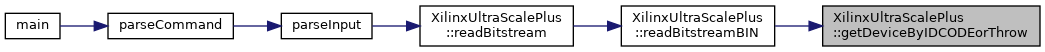
Above: classXilinxUltraScalePlus_a260e46db70345e03ee37836fb84b7e9f_icgraph.png in FPGA-Research-Manchester/byteman (Graphviz), before the change. Its source is kept beside it as classXilinxUltraScalePlus_a260e46db70345e03ee37836fb84b7e9f_icgraph.dot.
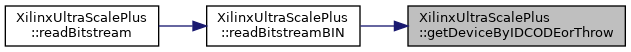
Above is the later version.

What changed in the source:
```diff
@@ -8,10 +8,4 @@
   Node2 [label="XilinxUltraScalePlus\l::readBitstreamBIN",height=0.2,width=0.4,color="black", fillcolor="white", style="filled",URL="$classXilinxUltraScalePlus.html#ae197b2b5b423cd1be99409c70f51bc37",tooltip=" "];
   Node2 -> Node3 [dir="back",color="midnightblue",fontsize="10",style="solid",fontname="Helvetica"];
   Node3 [label="XilinxUltraScalePlus\l::readBitstream",height=0.2,width=0.4,color="black", fillcolor="white", style="filled",URL="$classXilinxUltraScalePlus.html#a0e5d08a2e5c37a29a1a04d50b48739d2",tooltip=" "];
-  Node3 -> Node4 [dir="back",color="midnightblue",fontsize="10",style="solid",fontname="Helvetica"];
-  Node4 [label="parseInput",height=0.2,width=0.4,color="black", fillcolor="white", style="filled",URL="$byteman_8cpp.html#a4dbd88e4909b2f0429f9d0b2fc2608bb",tooltip=" "];
-  Node4 -> Node5 [dir="back",color="midnightblue",fontsize="10",style="solid",fontname="Helvetica"];
-  Node5 [label="parseCommand",height=0.2,width=0.4,color="black", fillcolor="white", style="filled",URL="$byteman_8cpp.html#a913ad3944130fafece24fe460db9b6aa",tooltip=" "];
-  Node5 -> Node6 [dir="back",color="midnightblue",fontsize="10",style="solid",fontname="Helvetica"];
-  Node6 [label="main",height=0.2,width=0.4,color="black", fillcolor="white", style="filled",URL="$byteman_8cpp.html#a0ddf1224851353fc92bfbff6f499fa97",tooltip=" "];
 }
```
